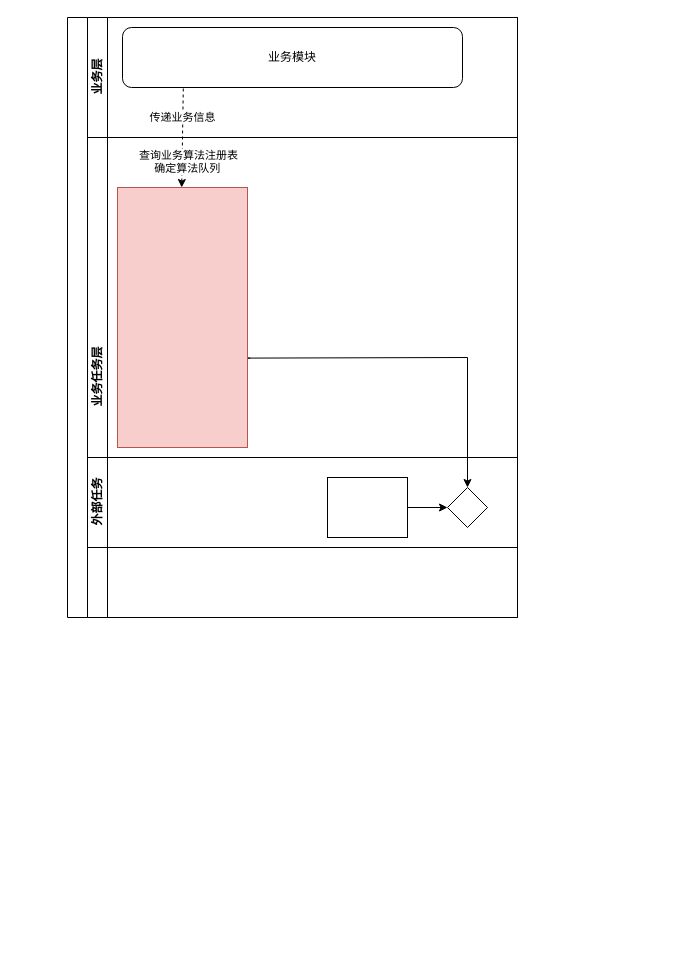
Earlier version of the draw.io diagram 未命名绘图.drawio (BeanFan/create-app-react-activation). Source tidied: cells renumbered, new cells numbered last; positions are measured from the earlier drawing's top-left corner, leaving out a move shared by most shapes. Both pictures are drawn from the tidied source at 100%, with x=0, y=0 at pixel (67, 17).
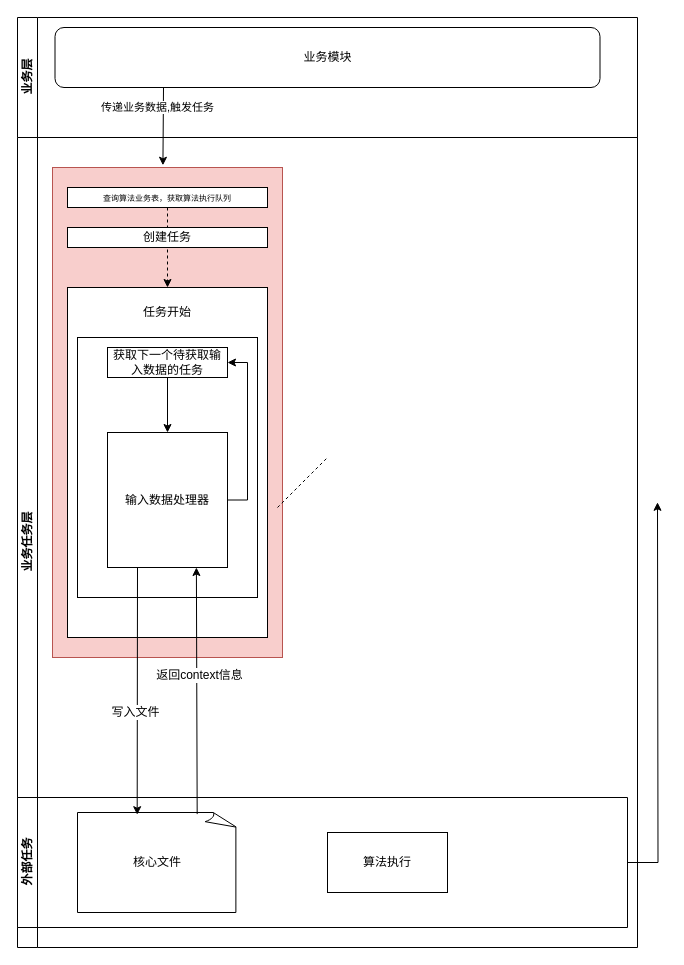
After the change.

Commit message (it also covers changes not shown here):
更新未命名绘图.drawio

Change to the diagram source:
```diff
@@
-    <mxCell id="2" style="swimlane;html=1;horizontal=0;startSize=20;" parent="1" vertex="1">
-      <mxGeometry width="450" height="600" as="geometry" />
-    </mxCell>
+    <mxCell id="5" value="业务任务层&lt;br&gt;" style="swimlane;html=1;startSize=20;horizontal=0;" parent="1" vertex="1">
+      <mxGeometry x="-50" y="120" width="620" height="810" as="geometry" />
+    </mxCell>
+    <mxCell id="14" style="edgeStyle=orthogonalEdgeStyle;rounded=0;jettySize=auto;html=1;exitX=1;exitY=0.5;exitDx=0;exitDy=0;" parent="5" edge="1" source="6">
+      <mxGeometry relative="1" as="geometry">
+        <mxPoint x="640" y="364.8" as="targetPoint" />
+      </mxGeometry>
+    </mxCell>
+    <mxCell id="6" value="外部任务&lt;br&gt;" style="swimlane;html=1;startSize=20;horizontal=0;" parent="5" vertex="1">
+      <mxGeometry y="660" width="610" height="130" as="geometry" />
+    </mxCell>
+    <mxCell id="15" value="核心文件" style="whiteSpace=wrap;html=1;shape=mxgraph.basic.document;strokeColor=default;align=center;verticalAlign=middle;fontFamily=Helvetica;fontSize=12;fontColor=default;startSize=20;fillColor=default;" parent="6" vertex="1">
+      <mxGeometry x="60" y="15" width="160" height="100" as="geometry" />
+    </mxCell>
+    <mxCell id="16" value="算法执行&lt;br&gt;" style="rounded=0;whiteSpace=wrap;html=1;strokeColor=default;align=center;verticalAlign=middle;fontFamily=Helvetica;fontSize=12;fontColor=default;startSize=20;fillColor=default;" parent="6" vertex="1">
+      <mxGeometry x="310" y="35" width="120" height="60" as="geometry" />
+    </mxCell>
+    <mxCell id="11" style="rounded=0;whiteSpace=wrap;html=1;fontFamily=Helvetica;fontSize=12;align=center;fillColor=#f8cecc;strokeColor=#b85450;strokeWidth=1;perimeterSpacing=12;" parent="5" vertex="1">
+      <mxGeometry x="35" y="30" width="230" height="490" as="geometry" />
+    </mxCell>
+    <mxCell id="17" style="edgeStyle=elbowEdgeStyle;rounded=0;jettySize=auto;html=1;exitX=0.5;exitY=1;exitDx=0;exitDy=0;entryX=0.5;entryY=0;entryDx=0;entryDy=0;fontFamily=Helvetica;fontSize=12;fontColor=default;startSize=20;dashed=1;" parent="5" edge="1" source="18" target="20">
+      <mxGeometry relative="1" as="geometry" />
+    </mxCell>
+    <mxCell id="18" value="&lt;font style=&quot;font-size: 8px;&quot;&gt;查询算法业务表，获取算法执行队列&lt;/font&gt;" style="rounded=0;whiteSpace=wrap;html=1;" parent="5" vertex="1">
+      <mxGeometry x="50" y="50" width="200" height="20" as="geometry" />
+    </mxCell>
+    <mxCell id="19" value="创建任务" style="rounded=0;whiteSpace=wrap;html=1;" parent="5" vertex="1">
+      <mxGeometry x="50" y="90" width="200" height="20" as="geometry" />
+    </mxCell>
+    <mxCell id="20" style="rounded=0;whiteSpace=wrap;html=1;" parent="5" vertex="1">
+      <mxGeometry x="50" y="150" width="200" height="350" as="geometry" />
+    </mxCell>
+    <mxCell id="21" value="任务开始" style="text;html=1;strokeColor=none;fillColor=none;align=center;verticalAlign=middle;whiteSpace=wrap;rounded=0;fontSize=12;fontFamily=Helvetica;fontColor=default;" parent="5" vertex="1">
+      <mxGeometry x="110" y="160" width="80" height="30" as="geometry" />
+    </mxCell>
+    <mxCell id="22" style="rounded=0;whiteSpace=wrap;html=1;strokeColor=default;align=center;verticalAlign=middle;fontFamily=Helvetica;fontSize=12;fontColor=default;startSize=20;fillColor=default;" parent="5" vertex="1">
+      <mxGeometry x="60" y="200" width="180" height="260" as="geometry" />
+    </mxCell>
+    <mxCell id="23" value="获取下一个待获取输入数据的任务" style="rounded=0;whiteSpace=wrap;html=1;strokeColor=default;align=center;verticalAlign=middle;fontFamily=Helvetica;fontSize=12;fontColor=default;startSize=20;fillColor=default;" parent="5" vertex="1">
+      <mxGeometry x="90" y="210" width="120" height="30" as="geometry" />
+    </mxCell>
+    <mxCell id="24" style="edgeStyle=orthogonalEdgeStyle;rounded=0;jettySize=auto;html=1;exitX=1;exitY=0.5;exitDx=0;exitDy=0;entryX=1;entryY=0.5;entryDx=0;entryDy=0;fontFamily=Helvetica;fontSize=12;fontColor=default;startSize=20;" parent="5" edge="1" source="25" target="23">
+      <mxGeometry relative="1" as="geometry" />
+    </mxCell>
+    <mxCell id="25" value="输入数据处理器" style="rounded=0;whiteSpace=wrap;html=1;strokeColor=default;align=center;verticalAlign=middle;fontFamily=Helvetica;fontSize=12;fontColor=default;startSize=20;fillColor=default;" parent="5" vertex="1">
+      <mxGeometry x="90" y="295" width="120" height="135" as="geometry" />
+    </mxCell>
+    <mxCell id="26" style="endArrow=classic;html=1;rounded=0;fontFamily=Helvetica;fontSize=12;fontColor=default;startSize=20;exitX=0.5;exitY=1;exitDx=0;exitDy=0;entryX=0.5;entryY=0;entryDx=0;entryDy=0;" parent="5" edge="1" source="23" target="25">
+      <mxGeometry relative="1" as="geometry" />
+    </mxCell>
+    <mxCell id="27" style="endArrow=classic;html=1;rounded=0;fontFamily=Helvetica;fontSize=12;fontColor=default;startSize=20;exitX=0.25;exitY=1;exitDx=0;exitDy=0;entryX=0.373;entryY=0.022;entryDx=0;entryDy=0;entryPerimeter=0;" parent="5" edge="1" source="25" target="15">
+      <mxGeometry relative="1" as="geometry" />
+    </mxCell>
+    <mxCell id="28" value="写入文件" style="edgeLabel;html=1;align=center;verticalAlign=middle;fontSize=12;fontFamily=Helvetica;fontColor=default;" parent="27" vertex="1">
+      <mxGeometry x="0.17" y="-2" relative="1" as="geometry" />
+    </mxCell>
+    <mxCell id="29" style="endArrow=classic;html=1;rounded=0;fontFamily=Helvetica;fontSize=12;fontColor=default;startSize=20;entryX=0.741;entryY=1.027;entryDx=0;entryDy=0;entryPerimeter=0;exitX=0.748;exitY=0.016;exitDx=0;exitDy=0;exitPerimeter=0;" parent="5" edge="1" source="15">
+      <mxGeometry relative="1" as="geometry">
+        <mxPoint x="178.9" y="430" as="targetPoint" />
+      </mxGeometry>
+    </mxCell>
+    <mxCell id="30" value="返回context信息" style="edgeLabel;html=1;align=center;verticalAlign=middle;fontSize=12;fontFamily=Helvetica;fontColor=default;" parent="29" vertex="1">
+      <mxGeometry x="0.13" y="-2" relative="1" as="geometry" />
+    </mxCell>
-    <mxCell id="3" value="业务层" style="swimlane;html=1;startSize=20;horizontal=0;" parent="2" vertex="1">
-      <mxGeometry x="20" width="430" height="120" as="geometry" />
+    <mxCell id="3" value="业务层" style="swimlane;html=1;startSize=20;horizontal=0;" parent="1" vertex="1">
+      <mxGeometry x="-50" width="620" height="120" as="geometry" />
     </mxCell>
     <mxCell id="4" value="业务模块" style="rounded=1;whiteSpace=wrap;html=1;" parent="3" vertex="1">
-      <mxGeometry x="35" y="10" width="340" height="60" as="geometry" />
+      <mxGeometry x="37.5" y="10" width="545" height="60" as="geometry" />
     </mxCell>
-    <mxCell id="5" value="业务任务层&lt;br&gt;" style="swimlane;html=1;startSize=20;horizontal=0;" parent="2" vertex="1">
-      <mxGeometry x="20" y="120" width="430" height="480" as="geometry" />
-    </mxCell>
-    <mxCell id="6" value="外部任务&lt;br&gt;" style="swimlane;html=1;startSize=20;horizontal=0;" parent="5" vertex="1">
-      <mxGeometry y="320" width="430" height="90" as="geometry" />
-    </mxCell>
-    <mxCell id="7" style="edgeStyle=orthogonalEdgeStyle;rounded=0;jettySize=auto;html=1;endArrow=classic;endFill=1;" parent="6" edge="1" source="8" target="9">
-      <mxGeometry relative="1" as="geometry" />
-    </mxCell>
-    <mxCell id="8" style="rounded=0;whiteSpace=wrap;html=1;fontFamily=Helvetica;fontSize=12;fontColor=#000000;align=center;" parent="6" vertex="1">
-      <mxGeometry x="240" y="20" width="80" height="60" as="geometry" />
-    </mxCell>
-    <mxCell id="9" style="rhombus;whiteSpace=wrap;html=1;fontFamily=Helvetica;fontSize=12;fontColor=#000000;align=center;" parent="6" vertex="1">
-      <mxGeometry x="360" y="30" width="40" height="40" as="geometry" />
-    </mxCell>
-    <mxCell id="10" style="edgeStyle=orthogonalEdgeStyle;rounded=0;jettySize=auto;html=1;endArrow=classic;endFill=1;exitX=0.94;exitY=0.643;exitDx=0;exitDy=0;exitPerimeter=0;" parent="5" edge="1" source="11" target="9">
-      <mxGeometry relative="1" as="geometry">
-        <Array as="points">
-          <mxPoint x="160" y="221" />
-          <mxPoint x="380" y="220" />
-        </Array>
-      </mxGeometry>
-    </mxCell>
-    <mxCell id="11" style="rounded=0;whiteSpace=wrap;html=1;fontFamily=Helvetica;fontSize=12;align=center;fillColor=#f8cecc;strokeColor=#b85450;strokeWidth=1;perimeterSpacing=12;" parent="5" vertex="1">
-      <mxGeometry x="30" y="50" width="130" height="260" as="geometry" />
-    </mxCell>
-    <mxCell id="12" value="&lt;font style=&quot;font-size: 11px;&quot;&gt;查询业务算法注册表&lt;br style=&quot;font-size: 11px;&quot;&gt;&amp;nbsp; &amp;nbsp; &amp;nbsp;确定算法队列&lt;/font&gt;" style="endArrow=classic;html=1;rounded=0;entryX=0.431;entryY=0.041;entryDx=0;entryDy=0;jumpSize=3;dashed=1;entryPerimeter=0;verticalAlign=bottom;align=left;exitX=0.122;exitY=1.016;exitDx=0;exitDy=0;exitPerimeter=0;" parent="5" edge="1">
-      <mxGeometry x="0.81" y="-44" relative="1" as="geometry">
-        <mxPoint x="95.8" y="-49" as="sourcePoint" />
-        <mxPoint x="94.2" y="50" as="targetPoint" />
-      </mxGeometry>
-    </mxCell>
-    <mxCell id="13" value="传递业务信息" style="edgeLabel;html=1;align=center;verticalAlign=middle;" parent="12" vertex="1">
-      <mxGeometry relative="1" as="geometry">
-        <mxPoint y="-21" as="offset" />
-      </mxGeometry>
-    </mxCell>
+    <mxCell id="31" style="endArrow=classic;html=1;rounded=0;entryX=0.482;entryY=0.019;entryDx=0;entryDy=0;entryPerimeter=0;" parent="3" edge="1" target="11">
+      <mxGeometry relative="1" as="geometry">
+        <mxPoint x="146" y="70" as="sourcePoint" />
+      </mxGeometry>
+    </mxCell>
+    <mxCell id="32" value="传递业务数据,触发任务" style="edgeLabel;html=1;align=center;verticalAlign=middle;" parent="31" vertex="1">
+      <mxGeometry x="-0.06" y="-6" relative="1" as="geometry">
+        <mxPoint y="-17" as="offset" />
+      </mxGeometry>
+    </mxCell>
+    <mxCell id="33" style="endArrow=none;dashed=1;html=1;rounded=0;fontFamily=Helvetica;fontSize=12;fontColor=default;startSize=20;" parent="1" edge="1">
+      <mxGeometry relative="1" as="geometry">
+        <mxPoint x="210" y="490" as="sourcePoint" />
+        <mxPoint x="260" y="440" as="targetPoint" />
+      </mxGeometry>
+    </mxCell>
```
